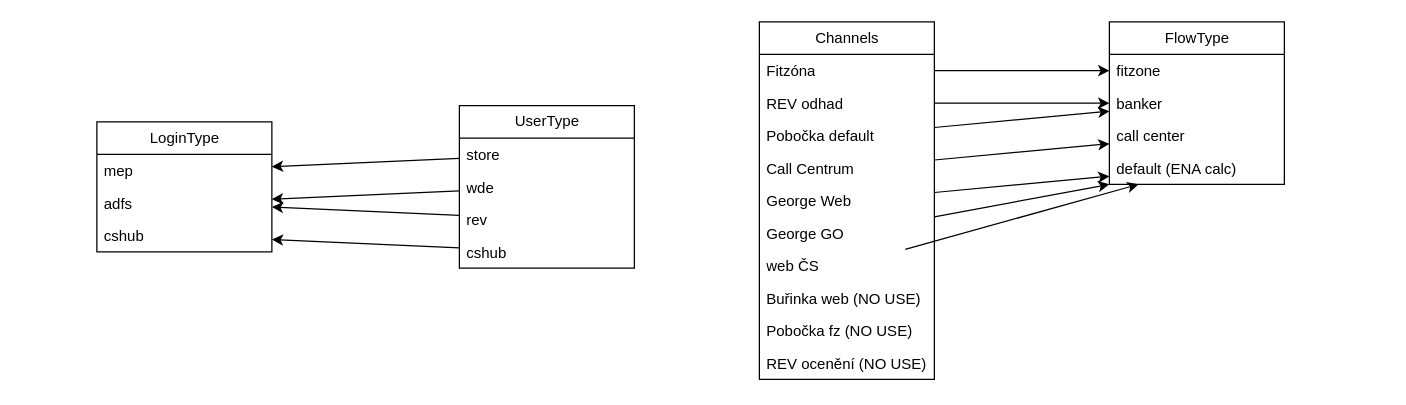
Before: ENA_model.drawio in ondrejtuma-ext43301/diagrams, a draw.io diagram. Source tidied: cells renumbered, new cells numbered last; positions are measured from the earlier drawing's top-left corner, leaving out a move shared by most shapes. Both pictures are drawn from the tidied source at 125%, with x=0, y=0 at pixel (96, 21).
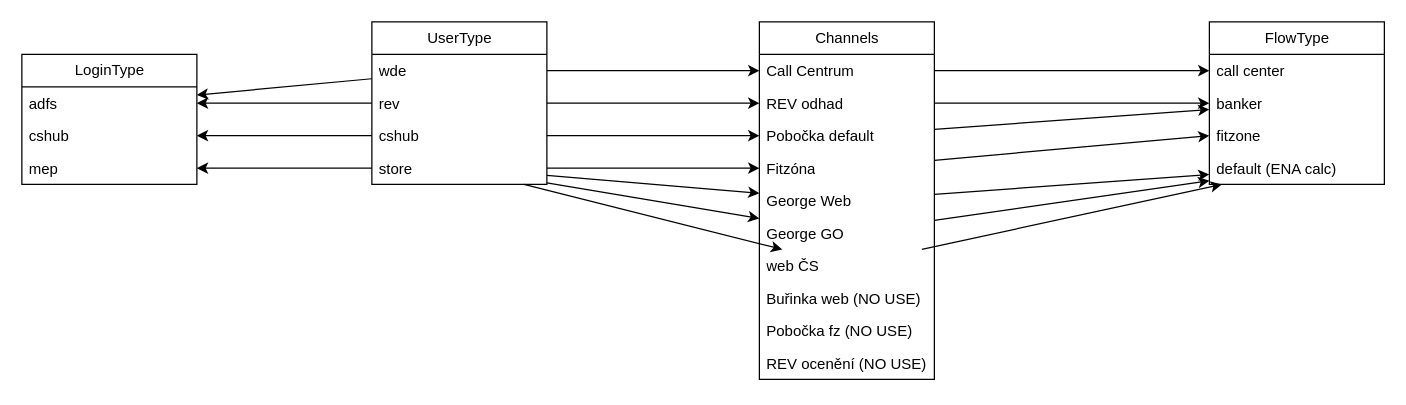
The same diagram, later.

The change refers to these unchanged cells:
```xml
<mxCell id="11" value="Channels" style="swimlane;fontStyle=0;horizontal=1;startSize=26;fillColor=none;html=1;" parent="1" vertex="1">
  <mxGeometry x="530" width="140" height="286" as="geometry" />
</mxCell>
<mxCell id="13" value="REV odhad" style="text;strokeColor=none;fillColor=none;align=left;verticalAlign=top;spacingLeft=4;spacingRight=4;overflow=hidden;points=[[0,0.5],[1,0.5]];portConstraint=eastwest;whiteSpace=wrap;html=1;" parent="11" vertex="1">
  <mxGeometry y="52" width="140" height="26" as="geometry" />
</mxCell>
<mxCell id="14" value="Pobočka default" style="text;strokeColor=none;fillColor=none;align=left;verticalAlign=top;spacingLeft=4;spacingRight=4;overflow=hidden;points=[[0,0.5],[1,0.5]];portConstraint=eastwest;whiteSpace=wrap;html=1;" parent="11" vertex="1">
  <mxGeometry y="78" width="140" height="26" as="geometry" />
</mxCell>
<mxCell id="16" value="George Web" style="text;strokeColor=none;fillColor=none;align=left;verticalAlign=top;spacingLeft=4;spacingRight=4;overflow=hidden;points=[[0,0.5],[1,0.5]];portConstraint=eastwest;whiteSpace=wrap;html=1;" parent="11" vertex="1">
  <mxGeometry y="130" width="140" height="26" as="geometry" />
</mxCell>
<mxCell id="17" value="George GO" style="text;strokeColor=none;fillColor=none;align=left;verticalAlign=top;spacingLeft=4;spacingRight=4;overflow=hidden;points=[[0,0.5],[1,0.5]];portConstraint=eastwest;whiteSpace=wrap;html=1;" parent="11" vertex="1">
  <mxGeometry y="156" width="140" height="26" as="geometry" />
</mxCell>
<mxCell id="18" value="web ČS" style="text;strokeColor=none;fillColor=none;align=left;verticalAlign=top;spacingLeft=4;spacingRight=4;overflow=hidden;points=[[0,0.5],[1,0.5]];portConstraint=eastwest;whiteSpace=wrap;html=1;" parent="11" vertex="1">
  <mxGeometry y="182" width="140" height="26" as="geometry" />
</mxCell>
```

Change to the diagram source:
```diff
@@
     <mxCell id="2" value="UserType" style="swimlane;fontStyle=0;horizontal=1;startSize=26;fillColor=none;html=1;" parent="1" vertex="1">
-      <mxGeometry x="290" y="67" width="140" height="130" as="geometry" />
+      <mxGeometry x="220" width="140" height="130" as="geometry" />
     </mxCell>
-    <mxCell id="3" value="store" style="text;strokeColor=none;fillColor=none;align=left;verticalAlign=top;spacingLeft=4;spacingRight=4;overflow=hidden;points=[[0,0.5],[1,0.5]];portConstraint=eastwest;whiteSpace=wrap;html=1;" parent="2" vertex="1">
-      <mxGeometry y="26" width="140" height="26" as="geometry" />
-    </mxCell>
     <mxCell id="4" value="wde" style="text;strokeColor=none;fillColor=none;align=left;verticalAlign=top;spacingLeft=4;spacingRight=4;overflow=hidden;points=[[0,0.5],[1,0.5]];portConstraint=eastwest;whiteSpace=wrap;html=1;" parent="2" vertex="1">
-      <mxGeometry y="52" width="140" height="26" as="geometry" />
+      <mxGeometry y="26" width="140" height="26" as="geometry" />
     </mxCell>
     <mxCell id="5" value="rev" style="text;strokeColor=none;fillColor=none;align=left;verticalAlign=top;spacingLeft=4;spacingRight=4;overflow=hidden;points=[[0,0.5],[1,0.5]];portConstraint=eastwest;whiteSpace=wrap;html=1;" parent="2" vertex="1">
-      <mxGeometry y="78" width="140" height="26" as="geometry" />
+      <mxGeometry y="52" width="140" height="26" as="geometry" />
     </mxCell>
     <mxCell id="6" value="cshub" style="text;strokeColor=none;fillColor=none;align=left;verticalAlign=top;spacingLeft=4;spacingRight=4;overflow=hidden;points=[[0,0.5],[1,0.5]];portConstraint=eastwest;whiteSpace=wrap;html=1;" parent="2" vertex="1">
-      <mxGeometry y="104" width="140" height="26" as="geometry" />
+      <mxGeometry y="78" width="140" height="26" as="geometry" />
     </mxCell>
+    <mxCell id="3" value="store" style="text;strokeColor=none;fillColor=none;align=left;verticalAlign=top;spacingLeft=4;spacingRight=4;overflow=hidden;points=[[0,0.5],[1,0.5]];portConstraint=eastwest;whiteSpace=wrap;html=1;" parent="2" vertex="1">
+      <mxGeometry y="104" width="140" height="26" as="geometry" />
+    </mxCell>
     <mxCell id="7" value="LoginType" style="swimlane;fontStyle=0;horizontal=1;startSize=26;fillColor=none;html=1;" parent="1" vertex="1">
-      <mxGeometry y="80" width="140" height="104" as="geometry" />
+      <mxGeometry x="-60" y="26" width="140" height="104" as="geometry" />
     </mxCell>
-    <mxCell id="8" value="mep" style="text;strokeColor=none;fillColor=none;align=left;verticalAlign=top;spacingLeft=4;spacingRight=4;overflow=hidden;points=[[0,0.5],[1,0.5]];portConstraint=eastwest;whiteSpace=wrap;html=1;" parent="7" vertex="1">
-      <mxGeometry y="26" width="140" height="26" as="geometry" />
-    </mxCell>
     <mxCell id="9" value="adfs" style="text;strokeColor=none;fillColor=none;align=left;verticalAlign=top;spacingLeft=4;spacingRight=4;overflow=hidden;points=[[0,0.5],[1,0.5]];portConstraint=eastwest;whiteSpace=wrap;html=1;" parent="7" vertex="1">
-      <mxGeometry y="52" width="140" height="26" as="geometry" />
+      <mxGeometry y="26" width="140" height="26" as="geometry" />
     </mxCell>
     <mxCell id="10" value="cshub" style="text;strokeColor=none;fillColor=none;align=left;verticalAlign=top;spacingLeft=4;spacingRight=4;overflow=hidden;points=[[0,0.5],[1,0.5]];portConstraint=eastwest;whiteSpace=wrap;html=1;" parent="7" vertex="1">
-      <mxGeometry y="78" width="140" height="26" as="geometry" />
+      <mxGeometry y="52" width="140" height="26" as="geometry" />
     </mxCell>
+    <mxCell id="8" value="mep" style="text;strokeColor=none;fillColor=none;align=left;verticalAlign=top;spacingLeft=4;spacingRight=4;overflow=hidden;points=[[0,0.5],[1,0.5]];portConstraint=eastwest;whiteSpace=wrap;html=1;" parent="7" vertex="1">
+      <mxGeometry y="78" width="140" height="26" as="geometry" />
+    </mxCell>
@@
-    <mxCell id="12" value="Fitzóna" style="text;strokeColor=none;fillColor=none;align=left;verticalAlign=top;spacingLeft=4;spacingRight=4;overflow=hidden;points=[[0,0.5],[1,0.5]];portConstraint=eastwest;whiteSpace=wrap;html=1;" parent="11" vertex="1">
-      <mxGeometry y="26" width="140" height="26" as="geometry" />
-    </mxCell>
+    <mxCell id="15" value="Call Centrum" style="text;strokeColor=none;fillColor=none;align=left;verticalAlign=top;spacingLeft=4;spacingRight=4;overflow=hidden;points=[[0,0.5],[1,0.5]];portConstraint=eastwest;whiteSpace=wrap;html=1;" parent="11" vertex="1">
+      <mxGeometry y="26" width="140" height="26" as="geometry" />
+    </mxCell>
@@
-    <mxCell id="15" value="Call Centrum" style="text;strokeColor=none;fillColor=none;align=left;verticalAlign=top;spacingLeft=4;spacingRight=4;overflow=hidden;points=[[0,0.5],[1,0.5]];portConstraint=eastwest;whiteSpace=wrap;html=1;" parent="11" vertex="1">
-      <mxGeometry y="104" width="140" height="26" as="geometry" />
-    </mxCell>
+    <mxCell id="12" value="Fitzóna" style="text;strokeColor=none;fillColor=none;align=left;verticalAlign=top;spacingLeft=4;spacingRight=4;overflow=hidden;points=[[0,0.5],[1,0.5]];portConstraint=eastwest;whiteSpace=wrap;html=1;" parent="11" vertex="1">
+      <mxGeometry y="104" width="140" height="26" as="geometry" />
+    </mxCell>
@@
     <mxCell id="22" value="FlowType" style="swimlane;fontStyle=0;horizontal=1;startSize=26;fillColor=none;html=1;" parent="1" vertex="1">
-      <mxGeometry x="810" width="140" height="130" as="geometry" />
+      <mxGeometry x="890" width="140" height="130" as="geometry" />
     </mxCell>
+    <mxCell id="25" value="call center" style="text;strokeColor=none;fillColor=none;align=left;verticalAlign=top;spacingLeft=4;spacingRight=4;overflow=hidden;points=[[0,0.5],[1,0.5]];portConstraint=eastwest;whiteSpace=wrap;html=1;" parent="22" vertex="1">
+      <mxGeometry y="26" width="140" height="26" as="geometry" />
+    </mxCell>
+    <mxCell id="24" value="banker" style="text;strokeColor=none;fillColor=none;align=left;verticalAlign=top;spacingLeft=4;spacingRight=4;overflow=hidden;points=[[0,0.5],[1,0.5]];portConstraint=eastwest;whiteSpace=wrap;html=1;" parent="22" vertex="1">
+      <mxGeometry y="52" width="140" height="26" as="geometry" />
+    </mxCell>
     <mxCell id="23" value="fitzone" style="text;strokeColor=none;fillColor=none;align=left;verticalAlign=top;spacingLeft=4;spacingRight=4;overflow=hidden;points=[[0,0.5],[1,0.5]];portConstraint=eastwest;whiteSpace=wrap;html=1;" parent="22" vertex="1">
-      <mxGeometry y="26" width="140" height="26" as="geometry" />
+      <mxGeometry y="78" width="140" height="26" as="geometry" />
     </mxCell>
-    <mxCell id="24" value="banker" style="text;strokeColor=none;fillColor=none;align=left;verticalAlign=top;spacingLeft=4;spacingRight=4;overflow=hidden;points=[[0,0.5],[1,0.5]];portConstraint=eastwest;whiteSpace=wrap;html=1;" parent="22" vertex="1">
-      <mxGeometry y="52" width="140" height="26" as="geometry" />
-    </mxCell>
-    <mxCell id="25" value="call center" style="text;strokeColor=none;fillColor=none;align=left;verticalAlign=top;spacingLeft=4;spacingRight=4;overflow=hidden;points=[[0,0.5],[1,0.5]];portConstraint=eastwest;whiteSpace=wrap;html=1;" parent="22" vertex="1">
-      <mxGeometry y="78" width="140" height="26" as="geometry" />
-    </mxCell>
@@
+    <mxCell id="38" style="endArrow=classic;html=1;rounded=0;" parent="1" edge="1" source="3" target="17">
+      <mxGeometry relative="1" as="geometry" />
+    </mxCell>
+    <mxCell id="39" style="endArrow=classic;html=1;rounded=0;" parent="1" edge="1" source="3" target="16">
+      <mxGeometry relative="1" as="geometry" />
+    </mxCell>
+    <mxCell id="40" style="endArrow=classic;html=1;rounded=0;" parent="1" edge="1" source="3" target="12">
+      <mxGeometry relative="1" as="geometry" />
+    </mxCell>
+    <mxCell id="41" style="endArrow=classic;html=1;rounded=0;" parent="1" edge="1" source="3" target="18">
+      <mxGeometry relative="1" as="geometry" />
+    </mxCell>
+    <mxCell id="42" style="endArrow=classic;html=1;rounded=0;" parent="1" edge="1" source="4" target="15">
+      <mxGeometry relative="1" as="geometry" />
+    </mxCell>
+    <mxCell id="43" style="endArrow=classic;html=1;rounded=0;" parent="1" edge="1" source="5" target="13">
+      <mxGeometry relative="1" as="geometry" />
+    </mxCell>
+    <mxCell id="44" style="endArrow=classic;html=1;rounded=0;" parent="1" edge="1" source="6" target="14">
+      <mxGeometry relative="1" as="geometry" />
+    </mxCell>
```
